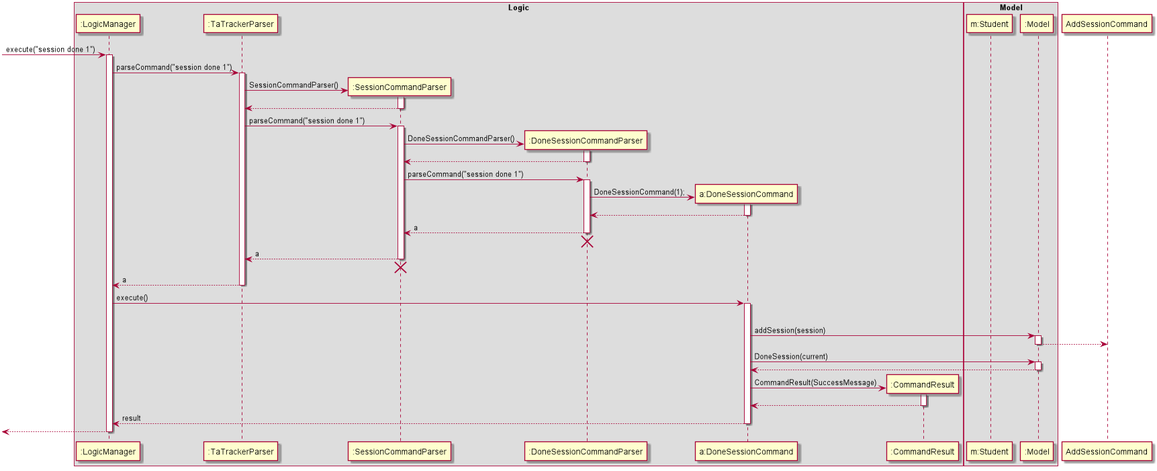
Earlier version of the PlantUML export docs/images/DoneSessionSequenceDiagram.png (nus-cs2103-AY1920S2/addressbook-level3). Its diagram source:
```plantuml
@startuml

box Logic
participant ":LogicManager" as LogicManager
participant ":TaTrackerParser" as TaTrackerParser
participant ":SessionCommandParser" as SessionCommandParser
participant ":DoneSessionCommandParser" as DoneSessionCommandParser
participant "a:DoneSessionCommand" as DoneSessionCommand
participant ":CommandResult" as CommandResult
end box

box Model
participant "m:Student" as Student
participant ":Model" as Model
end box

[-> LogicManager : execute("session done 1")
activate LogicManager

LogicManager -> TaTrackerParser : parseCommand("session done 1")
activate TaTrackerParser
create SessionCommandParser
TaTrackerParser -> SessionCommandParser : SessionCommandParser()
activate SessionCommandParser
SessionCommandParser --> TaTrackerParser
deactivate SessionCommandParser

TaTrackerParser -> SessionCommandParser : parseCommand("session done 1")
activate SessionCommandParser

create DoneSessionCommandParser
SessionCommandParser -> DoneSessionCommandParser : DoneSessionCommandParser()
activate DoneSessionCommandParser
DoneSessionCommandParser --> SessionCommandParser
deactivate DoneSessionCommandParser

SessionCommandParser -> DoneSessionCommandParser : parseCommand("session done 1")
activate DoneSessionCommandParser

create DoneSessionCommand
DoneSessionCommandParser -> DoneSessionCommand : DoneSessionCommand(1);
activate DoneSessionCommand
DoneSessionCommand --> DoneSessionCommandParser
deactivate DoneSessionCommand

DoneSessionCommandParser --> SessionCommandParser : a
deactivate DoneSessionCommandParser
DoneSessionCommandParser -[hidden]-> SessionCommandParser
destroy DoneSessionCommandParser

SessionCommandParser --> TaTrackerParser : a
deactivate SessionCommandParser
SessionCommandParser -[hidden]-> TaTrackerParser
destroy SessionCommandParser

TaTrackerParser --> LogicManager : a
deactivate TaTrackerParser

LogicManager -> DoneSessionCommand : execute()
activate DoneSessionCommand

alt recurring() != 0
    DoneSessionCommand -> Model : addSession(session)
    activate Model
    Model --> AddSessionCommand
    deactivate Model

DoneSessionCommand -> Model : DoneSession(current)
activate Model
Model --> DoneSessionCommand
deactivate Model

create CommandResult
DoneSessionCommand -> CommandResult : CommandResult(SuccessMessage)
activate CommandResult
CommandResult --> DoneSessionCommand
deactivate CommandResult

DoneSessionCommand --> LogicManager : result
deactivate DoneSessionCommand

[<--LogicManager
deactivate LogicManager
@enduml
```
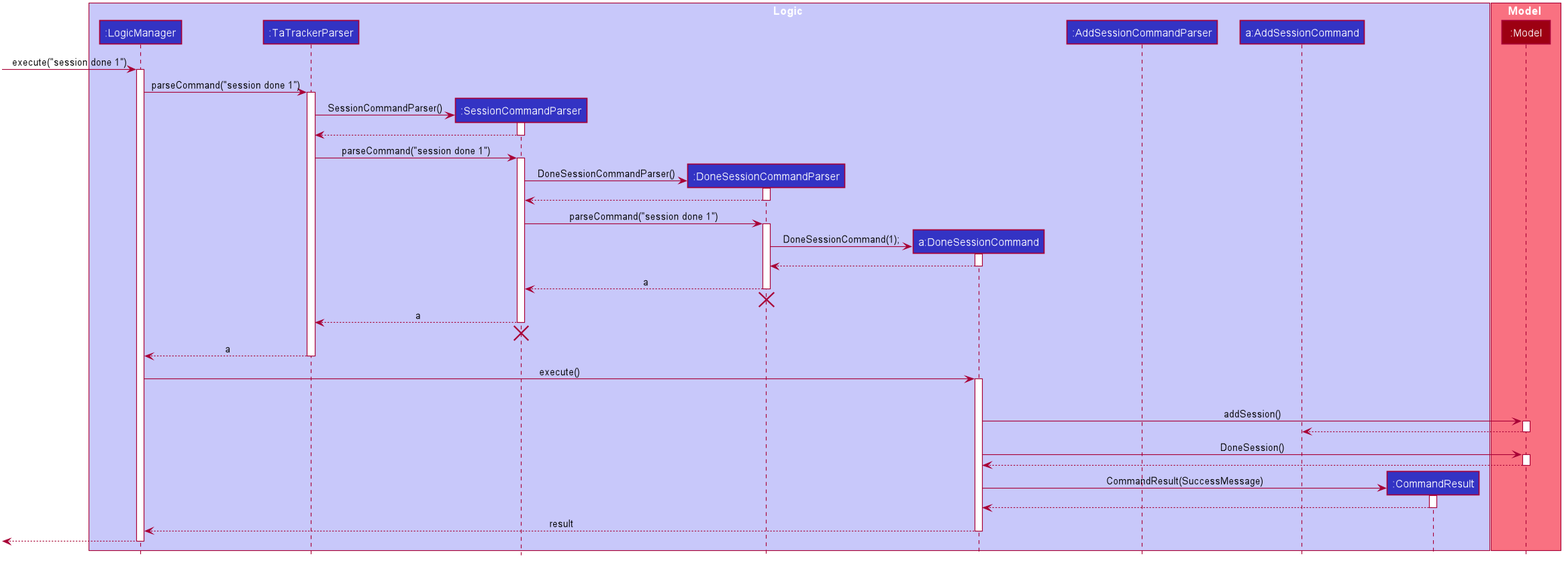
Later version of the same file.

Commit message:
standardise sequence diagrams colour

The edit, as a diff of the source:
```diff
@@ -1,17 +1,65 @@
 @startuml
 
-box Logic
-participant ":LogicManager" as LogicManager
-participant ":TaTrackerParser" as TaTrackerParser
-participant ":SessionCommandParser" as SessionCommandParser
-participant ":DoneSessionCommandParser" as DoneSessionCommandParser
-participant "a:DoneSessionCommand" as DoneSessionCommand
-participant ":CommandResult" as CommandResult
+
+
+
+
+
+
+
+skinparam BackgroundColor #FFFFFFF
+
+skinparam Shadowing false
+
+skinparam Class {
+    FontColor #FFFFFF
+    BorderThickness 1
+    BorderColor #FFFFFF
+    StereotypeFontColor #FFFFFF
+    FontName Arial
+}
+
+skinparam Actor {
+    BorderColor #000000
+    Color #000000
+    FontName Arial
+}
+
+skinparam Sequence {
+    MessageAlign center
+    BoxFontSize 15
+    BoxPadding 0
+    BoxFontColor #FFFFFF
+    FontName Arial
+}
+
+skinparam Participant {
+    FontColor #FFFFFFF
+    Padding 20
+}
+
+skinparam MinClassWidth 50
+skinparam ParticipantPadding 10
+skinparam Shadowing false
+skinparam DefaultTextAlignment center
+skinparam packageStyle Rectangle
+
+hide footbox
+hide members
+hide circle
+box Logic #C8C8FA
+participant ":LogicManager" as LogicManager #3333C4
+participant ":TaTrackerParser" as TaTrackerParser #3333C4
+participant ":SessionCommandParser" as SessionCommandParser #3333C4
+participant ":DoneSessionCommandParser" as DoneSessionCommandParser #3333C4
+participant "a:DoneSessionCommand" as DoneSessionCommand #3333C4
+participant ":AddSessionCommandParser" as AddSessionCommandParser #3333C4
+participant "a:AddSessionCommand" as AddSessionCommand #3333C4
+participant ":CommandResult" as CommandResult #3333C4
 end box
 
-box Model
-participant "m:Student" as Student
-participant ":Model" as Model
+box Model #F97181
+participant ":Model" as Model #9D0012
 end box
 
 [-> LogicManager : execute("session done 1")
@@ -60,12 +108,12 @@
 activate DoneSessionCommand
 
 alt recurring() != 0
-    DoneSessionCommand -> Model : addSession(session)
+    DoneSessionCommand -> Model : addSession()
     activate Model
     Model --> AddSessionCommand
     deactivate Model
 
-DoneSessionCommand -> Model : DoneSession(current)
+DoneSessionCommand -> Model : DoneSession()
 activate Model
 Model --> DoneSessionCommand
 deactivate Model
```
